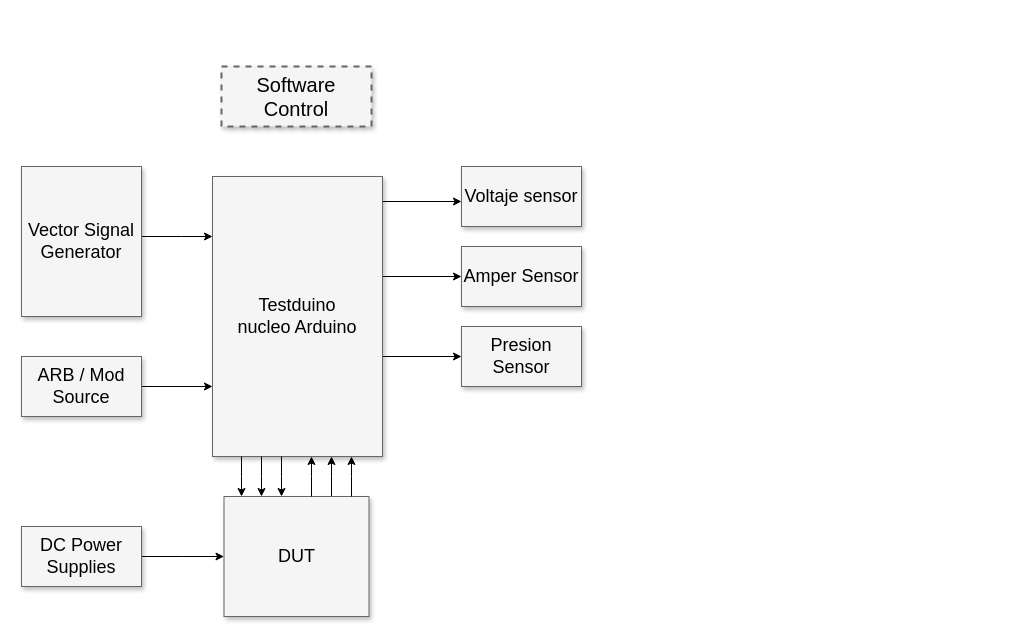
lordHodges/docsTestduino keeps this draw.io diagram as RDI1_Draw/RDI1_.drawio. Above is the earlier version. Source tidied: cells renumbered, new cells numbered last; positions are measured from the earlier drawing's top-left corner, leaving out a move shared by most shapes. Both pictures are drawn from the tidied source at 100%, with x=0, y=0 at pixel (21, 66).
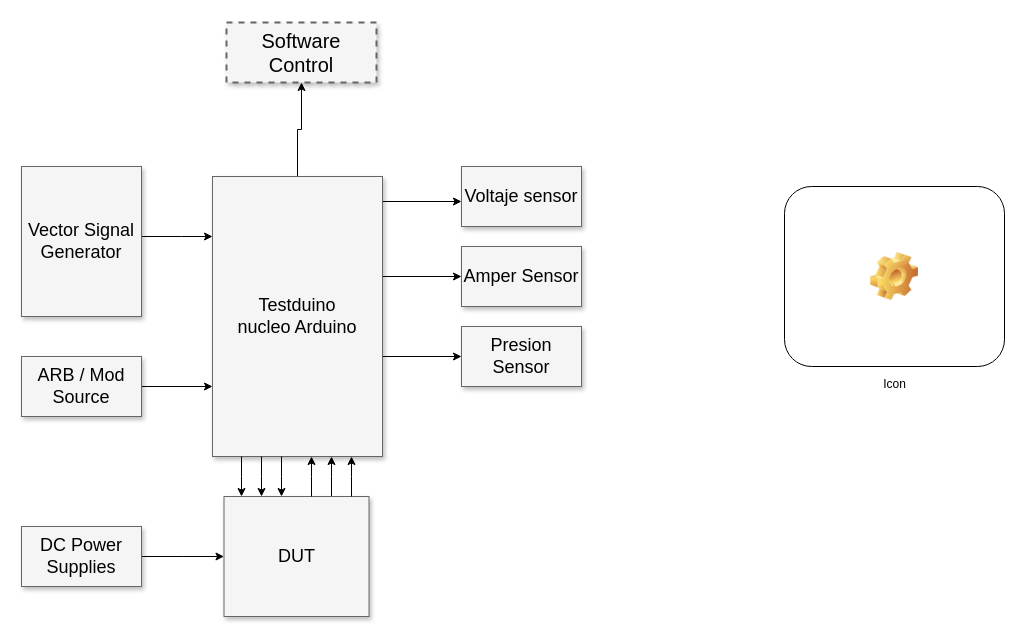
Above is the later version.

Commit message:
iniciando Repositorio Documntacion. open #1

The change refers to these unchanged cells:
```xml
<mxCell id="7" value="Testduino&lt;br&gt;nucleo Arduino" style="whiteSpace=wrap;html=1;shadow=1;fontSize=18;fillColor=#f5f5f5;strokeColor=#666666;" parent="1" vertex="1">
  <mxGeometry x="191" y="110" width="170" height="280" as="geometry" />
</mxCell>
```

Change to the diagram source:
```diff
@@
     <mxCell id="2" value="Software Control" style="whiteSpace=wrap;html=1;shadow=1;fontSize=20;fillColor=#f5f5f5;strokeColor=#666666;strokeWidth=2;dashed=1;" parent="1" vertex="1">
-      <mxGeometry x="200" width="150" height="60" as="geometry" />
+      <mxGeometry x="205" y="-44" width="150" height="60" as="geometry" />
     </mxCell>
@@
+    <mxCell id="23" style="edgeStyle=orthogonalEdgeStyle;rounded=0;jettySize=auto;html=1;" parent="1" edge="1" source="7" target="2">
+      <mxGeometry relative="1" as="geometry" />
+    </mxCell>
@@
+    <mxCell id="24" value="Icon" style="icon;html=1;image=img/clipart/Gear_128x128.png;" parent="1" vertex="1">
+      <mxGeometry x="763" y="120" width="220" height="180" as="geometry" />
+    </mxCell>
```
